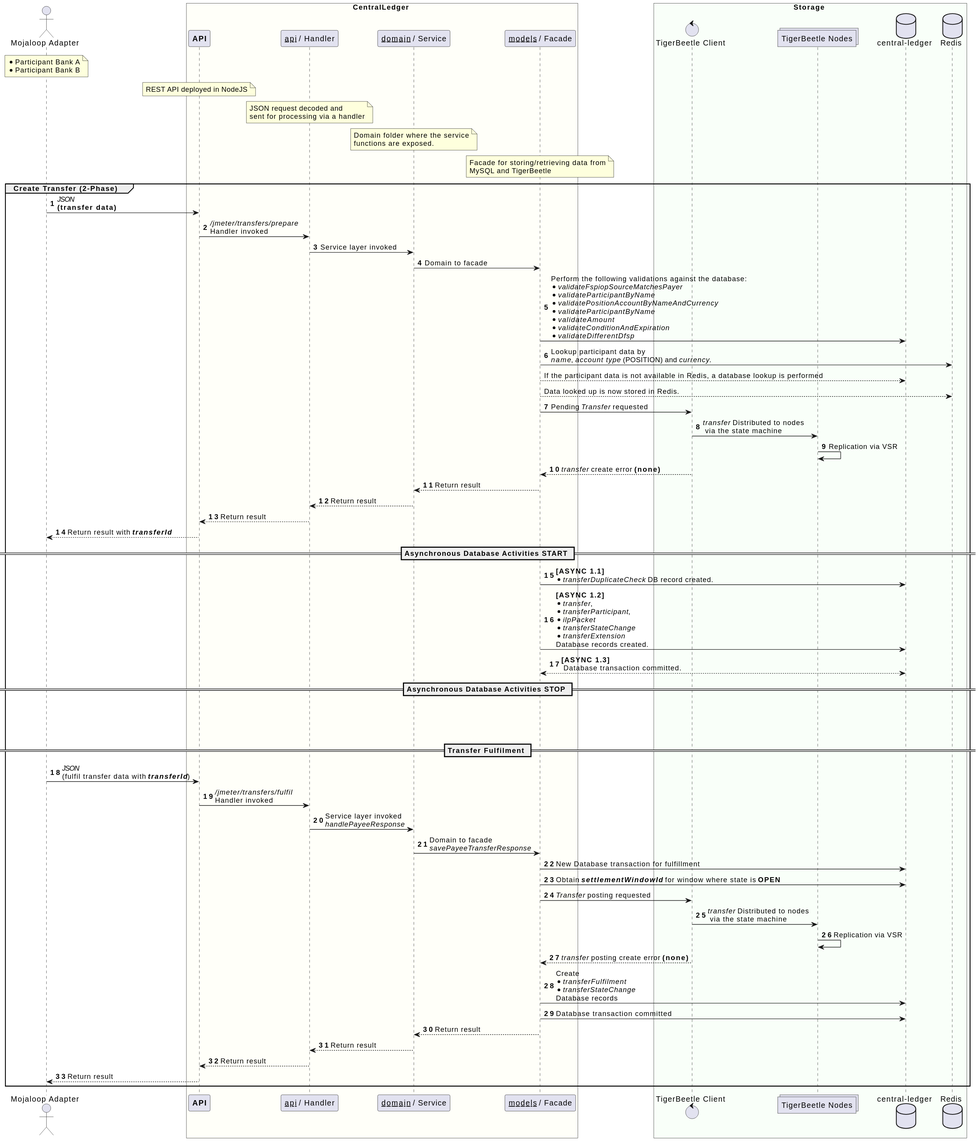
coilhq/mucoa keeps this PlantUML diagram as solution_design/sequence-transfer-tb-enabled-create.svg. Above is the earlier version. Its diagram source:
```plantuml
@startuml

actor "Mojaloop Adapter" as dfsp
note over dfsp
    * Participant Bank A
    * Participant Bank B
end note

box CentralLedger #FFFFF9
    participant "**API**" as cl_api
    participant "__api__ / Handler" as cl_handler
    participant "__domain__ / Service" as cl_domain
    participant "__models__ / Facade" as cl_facade

    note over cl_api
        REST API deployed in NodeJS
    end note

    note over cl_handler
        JSON request decoded and
        sent for processing via a handler
    end note

    note over cl_domain
        Domain folder where the service
        functions are exposed.
    end note

    note over cl_facade
        Facade for storing/retrieving data from
        MySQL and TigerBeetle
    end note
end box

box Storage #F9FFF9
	control "TigerBeetle Client" as tb_client
	collections "TigerBeetle Nodes" as tb_nodes
	database "central-ledger" as cl_db
	database "Redis" as redis_cache
end box

autonumber
group Create Transfer (2-Phase)
    dfsp -> cl_api : //JSON// \n**(transfer data)**
    cl_api -> cl_handler : ///jmeter/transfers/prepare// \nHandler invoked
    cl_handler -> cl_domain : Service layer invoked
    cl_domain -> cl_facade : Domain to facade
    cl_facade -> cl_db : Perform the following validations against the database:\n*//validateFspiopSourceMatchesPayer//\n*//validateParticipantByName//\n*//validatePositionAccountByNameAndCurrency//\n*//validateParticipantByName//\n*//validateAmount//\n*//validateConditionAndExpiration//\n*//validateDifferentDfsp//
    cl_facade -> redis_cache : Lookup participant data by \n//name//, //account type// (POSITION) and //currency//.
    autonumber stop
    cl_facade --> cl_db : If the participant data is not available in Redis, a database lookup is performed
    cl_facade --> redis_cache : Data looked up is now stored in Redis.
    autonumber resume
    cl_facade -> tb_client : Pending //Transfer// requested
    tb_client -> tb_nodes : //transfer// Distributed to nodes\n via the state machine
    tb_nodes -> tb_nodes : Replication via VSR
    tb_client --> cl_facade : //transfer// create error **(none)**
    cl_facade --> cl_domain : Return result
    cl_domain --> cl_handler : Return result
    cl_handler --> cl_api : Return result
    cl_api --> dfsp : Return result with //**transferId**//
    == Asynchronous Database Activities START ==
    cl_facade -> cl_db : **[ASYNC 1.1]**\n*//transferDuplicateCheck// DB record created.
    cl_facade -> cl_db : **[ASYNC 1.2]**\n*//transfer//, \n*//transferParticipant//, \n*//ilpPacket// \n*//transferStateChange// \n*//transferExtension//\nDatabase records created.
    cl_db <--> cl_facade : **[ASYNC 1.3]**\n Database transaction committed.
    == Asynchronous Database Activities STOP ==

||70||

    == Transfer Fulfilment ==
    dfsp -> cl_api : //JSON// \n(fulfil transfer data with //**transferId**//)
    cl_api -> cl_handler : ///jmeter/transfers/fulfil// \nHandler invoked
    cl_handler -> cl_domain : Service layer invoked \n//handlePayeeResponse//
    cl_domain -> cl_facade : Domain to facade \n//savePayeeTransferResponse//
    cl_facade -> cl_db : New Database transaction for fulfillment
    cl_facade -> cl_db : Obtain //**settlementWindowId**// for window where state is **OPEN**
    cl_facade -> tb_client : //Transfer// posting requested
    tb_client -> tb_nodes : //transfer// Distributed to nodes\n via the state machine
    tb_nodes -> tb_nodes : Replication via VSR
    tb_client --> cl_facade : //transfer// posting create error **(none)**
    cl_facade -> cl_db : Create \n*//transferFulfilment// \n*//transferStateChange// \nDatabase records
    cl_facade -> cl_db : Database transaction committed
    cl_facade --> cl_domain : Return result
    cl_domain --> cl_handler : Return result
    cl_handler --> cl_api : Return result
    cl_api --> dfsp : Return result
end

@enduml
```
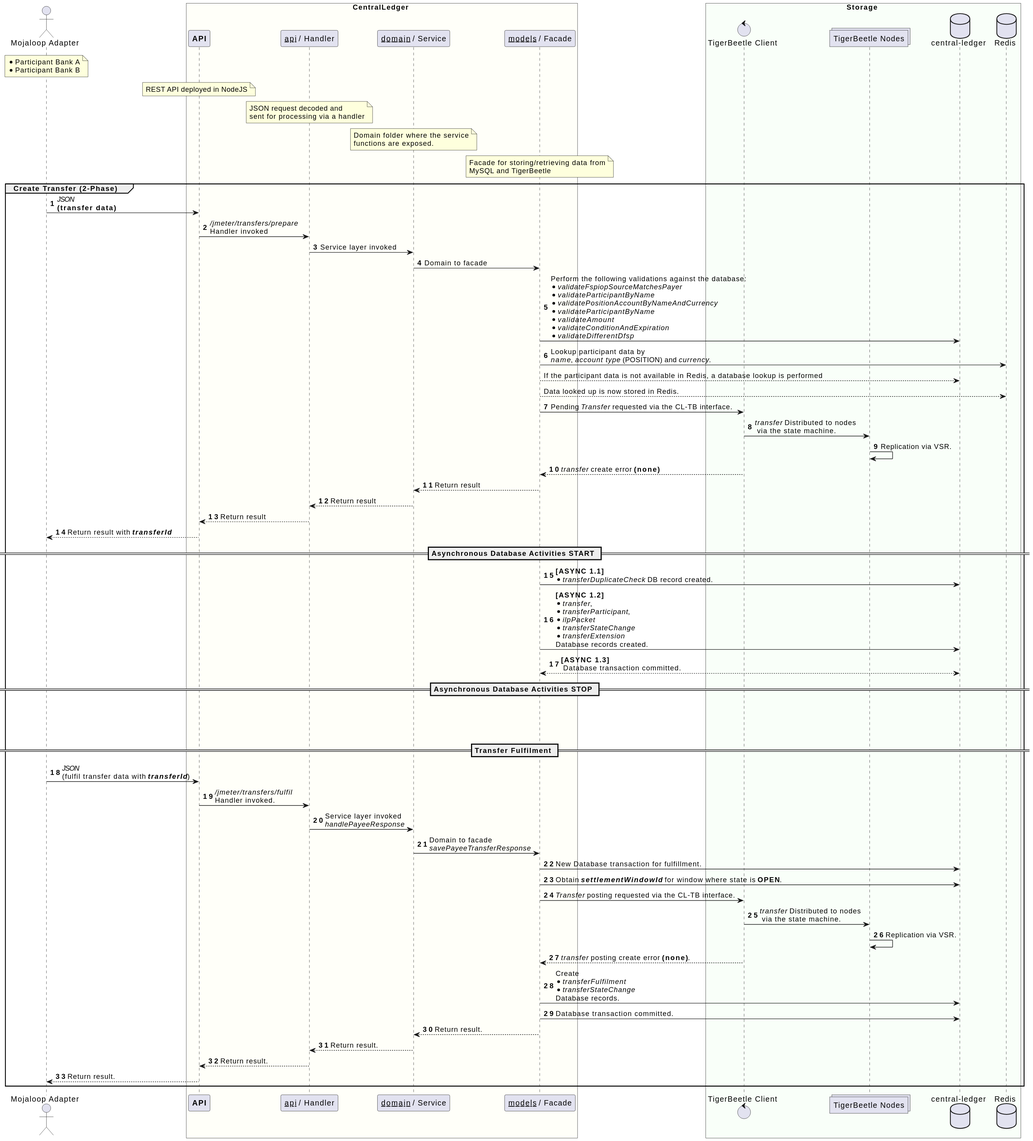
The same diagram one commit later.

Commit message:
Update diagrams for TB/CL interface.

The edit, as a diff of the source:
```diff
@@ -51,9 +51,9 @@
     cl_facade --> cl_db : If the participant data is not available in Redis, a database lookup is performed
     cl_facade --> redis_cache : Data looked up is now stored in Redis.
     autonumber resume
-    cl_facade -> tb_client : Pending //Transfer// requested
-    tb_client -> tb_nodes : //transfer// Distributed to nodes\n via the state machine
-    tb_nodes -> tb_nodes : Replication via VSR
+    cl_facade -> tb_client : Pending //Transfer// requested via the CL-TB interface.
+    tb_client -> tb_nodes : //transfer// Distributed to nodes\n via the state machine.
+    tb_nodes -> tb_nodes : Replication via VSR.
     tb_client --> cl_facade : //transfer// create error **(none)**
     cl_facade --> cl_domain : Return result
     cl_domain --> cl_handler : Return result
@@ -69,21 +69,21 @@
 
     == Transfer Fulfilment ==
     dfsp -> cl_api : //JSON// \n(fulfil transfer data with //**transferId**//)
-    cl_api -> cl_handler : ///jmeter/transfers/fulfil// \nHandler invoked
+    cl_api -> cl_handler : ///jmeter/transfers/fulfil// \nHandler invoked.
     cl_handler -> cl_domain : Service layer invoked \n//handlePayeeResponse//
     cl_domain -> cl_facade : Domain to facade \n//savePayeeTransferResponse//
-    cl_facade -> cl_db : New Database transaction for fulfillment
-    cl_facade -> cl_db : Obtain //**settlementWindowId**// for window where state is **OPEN**
-    cl_facade -> tb_client : //Transfer// posting requested
-    tb_client -> tb_nodes : //transfer// Distributed to nodes\n via the state machine
-    tb_nodes -> tb_nodes : Replication via VSR
-    tb_client --> cl_facade : //transfer// posting create error **(none)**
-    cl_facade -> cl_db : Create \n*//transferFulfilment// \n*//transferStateChange// \nDatabase records
-    cl_facade -> cl_db : Database transaction committed
-    cl_facade --> cl_domain : Return result
-    cl_domain --> cl_handler : Return result
-    cl_handler --> cl_api : Return result
-    cl_api --> dfsp : Return result
+    cl_facade -> cl_db : New Database transaction for fulfillment.
+    cl_facade -> cl_db : Obtain //**settlementWindowId**// for window where state is **OPEN**.
+    cl_facade -> tb_client : //Transfer// posting requested via the CL-TB interface.
+    tb_client -> tb_nodes : //transfer// Distributed to nodes\n via the state machine.
+    tb_nodes -> tb_nodes : Replication via VSR.
+    tb_client --> cl_facade : //transfer// posting create error **(none)**.
+    cl_facade -> cl_db : Create \n*//transferFulfilment// \n*//transferStateChange// \nDatabase records.
+    cl_facade -> cl_db : Database transaction committed.
+    cl_facade --> cl_domain : Return result.
+    cl_domain --> cl_handler : Return result.
+    cl_handler --> cl_api : Return result.
+    cl_api --> dfsp : Return result.
 end
 
 @enduml
```
